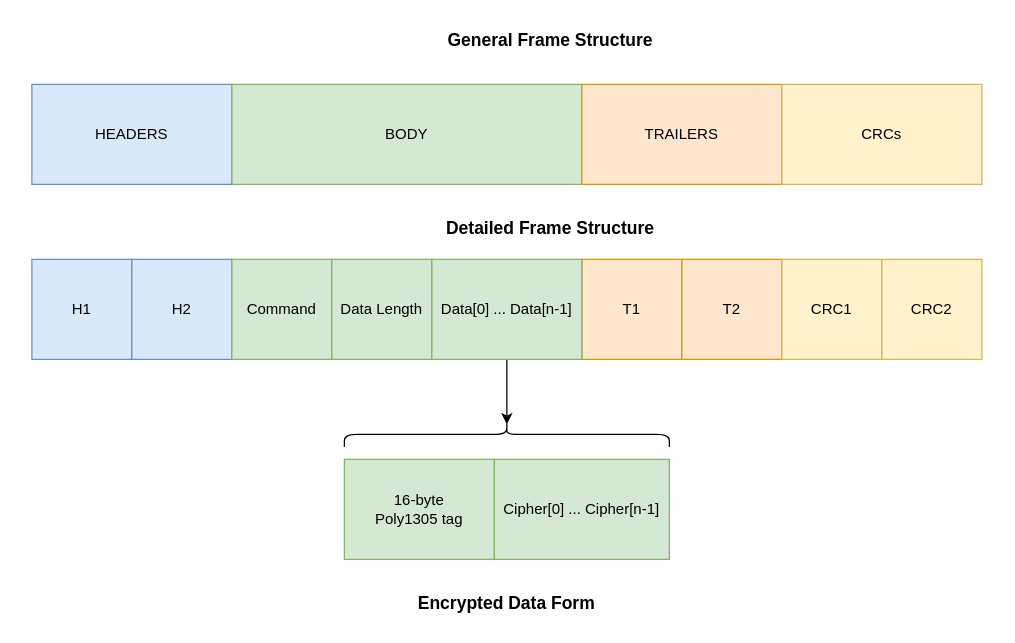
Above: page "Page-2-Frame-Structure-Overview" (2 of 9) of Presentation/Presentation.drawio in ngminhthanh12a3/ThesisVersioning0_1_0 (draw.io), before the change. Source tidied: cells renumbered, new cells numbered last; positions are measured from the earlier drawing's top-left corner, leaving out a move shared by most shapes. Both pictures are drawn from the tidied source at 125%, with x=0, y=0 at pixel (31, 21).
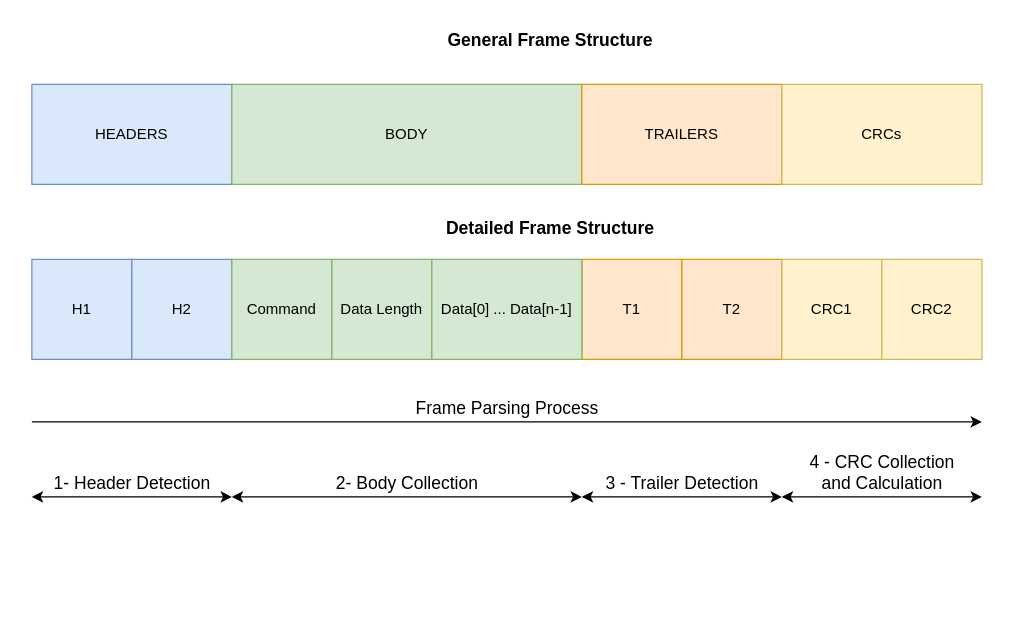
After the change.

The change refers to these unchanged cells:
```xml
<mxCell id="15" value="Data[0] ... Data[n-1]" style="rounded=0;whiteSpace=wrap;html=1;fillColor=#d5e8d4;strokeColor=#82b366;" parent="1" vertex="1">
  <mxGeometry x="320" y="190" width="120" height="80" as="geometry" />
</mxCell>
```

Change to the diagram source:
```diff
@@
-    <mxCell id="14" style="edgeStyle=orthogonalEdgeStyle;rounded=0;jettySize=auto;html=1;exitX=0.5;exitY=1;exitDx=0;exitDy=0;entryX=0.1;entryY=0.5;entryDx=0;entryDy=0;entryPerimeter=0;fontSize=14;" parent="1" edge="1" source="15" target="20">
-      <mxGeometry relative="1" as="geometry" />
-    </mxCell>
@@
-    <mxCell id="18" value="16-byte &lt;br&gt;Poly1305 tag" style="rounded=0;whiteSpace=wrap;html=1;fillColor=#d5e8d4;strokeColor=#82b366;" parent="1" vertex="1">
-      <mxGeometry x="250" y="350" width="120" height="80" as="geometry" />
-    </mxCell>
-    <mxCell id="19" value="Cipher[0] ... Cipher[n-1]" style="rounded=0;whiteSpace=wrap;html=1;fillColor=#d5e8d4;strokeColor=#82b366;" parent="1" vertex="1">
-      <mxGeometry x="370" y="350" width="140" height="80" as="geometry" />
-    </mxCell>
-    <mxCell id="20" style="shape=curlyBracket;whiteSpace=wrap;html=1;rounded=1;flipH=1;fontSize=14;direction=south;" parent="1" vertex="1">
-      <mxGeometry x="250" y="320" width="260" height="20" as="geometry" />
-    </mxCell>
-    <mxCell id="21" value="Encrypted Data Form" style="text;html=1;strokeColor=none;fillColor=none;align=center;verticalAlign=middle;whiteSpace=wrap;rounded=0;fontSize=14;fontStyle=1;" parent="1" vertex="1">
-      <mxGeometry x="300" y="450" width="160" height="30" as="geometry" />
-    </mxCell>
+    <mxCell id="22" value="1- Header Detection" style="endArrow=classic;startArrow=classic;html=1;rounded=0;fontFamily=Helvetica;fontSize=14;fontColor=#000000;strokeColor=#000000;labelPosition=center;verticalLabelPosition=top;align=center;verticalAlign=bottom;" parent="1" edge="1">
+      <mxGeometry relative="1" as="geometry">
+        <mxPoint y="380" as="sourcePoint" />
+        <mxPoint x="160" y="380" as="targetPoint" />
+      </mxGeometry>
+    </mxCell>
+    <mxCell id="23" value="2- Body Collection" style="endArrow=classic;startArrow=classic;html=1;rounded=0;fontFamily=Helvetica;fontSize=14;fontColor=#000000;strokeColor=#000000;labelPosition=center;verticalLabelPosition=top;align=center;verticalAlign=bottom;" parent="1" edge="1">
+      <mxGeometry relative="1" as="geometry">
+        <mxPoint x="160" y="380" as="sourcePoint" />
+        <mxPoint x="440" y="380" as="targetPoint" />
+      </mxGeometry>
+    </mxCell>
+    <mxCell id="24" value="3 - Trailer Detection" style="endArrow=classic;startArrow=classic;html=1;rounded=0;fontFamily=Helvetica;fontSize=14;fontColor=#000000;strokeColor=#000000;labelPosition=center;verticalLabelPosition=top;align=center;verticalAlign=bottom;" parent="1" edge="1">
+      <mxGeometry relative="1" as="geometry">
+        <mxPoint x="440" y="380" as="sourcePoint" />
+        <mxPoint x="600" y="380" as="targetPoint" />
+      </mxGeometry>
+    </mxCell>
+    <mxCell id="25" value="4 - CRC Collection&lt;br&gt;and Calculation" style="endArrow=classic;startArrow=classic;html=1;rounded=0;fontFamily=Helvetica;fontSize=14;fontColor=#000000;strokeColor=#000000;labelPosition=center;verticalLabelPosition=top;align=center;verticalAlign=bottom;" parent="1" edge="1">
+      <mxGeometry relative="1" as="geometry">
+        <mxPoint x="600" y="380" as="sourcePoint" />
+        <mxPoint x="760" y="380" as="targetPoint" />
+      </mxGeometry>
+    </mxCell>
+    <mxCell id="26" value="Frame Parsing Process" style="endArrow=classic;html=1;rounded=0;fontFamily=Helvetica;fontSize=14;fontColor=#000000;strokeColor=#000000;labelPosition=center;verticalLabelPosition=top;align=center;verticalAlign=bottom;" parent="1" edge="1">
+      <mxGeometry relative="1" as="geometry">
+        <mxPoint y="320" as="sourcePoint" />
+        <mxPoint x="760" y="320" as="targetPoint" />
+      </mxGeometry>
+    </mxCell>
```
